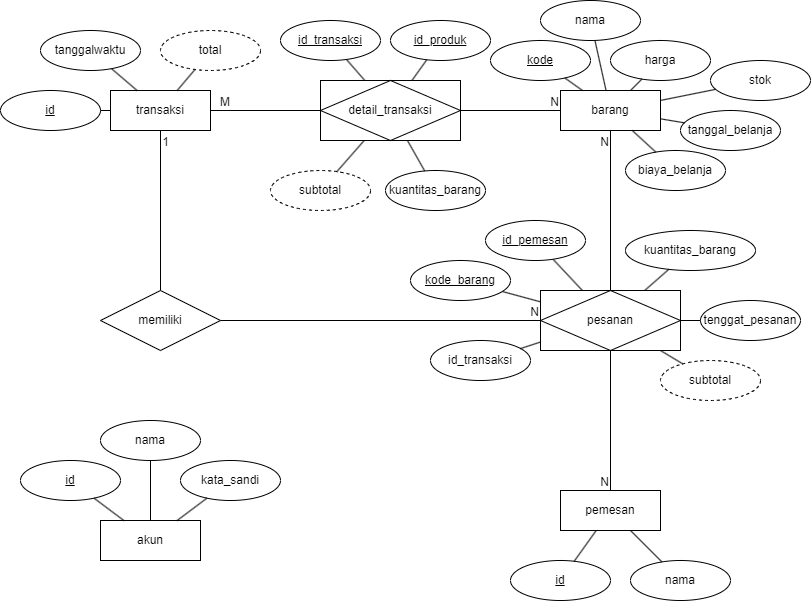
Earlier version of the draw.io export src/main/resources/diagrams/db_warunq.drawio.png (James1Aurora/WarunQ). Source tidied: cells renumbered, new cells last; positions are measured from the earlier drawing's top-left corner, leaving out a move shared by most shapes.
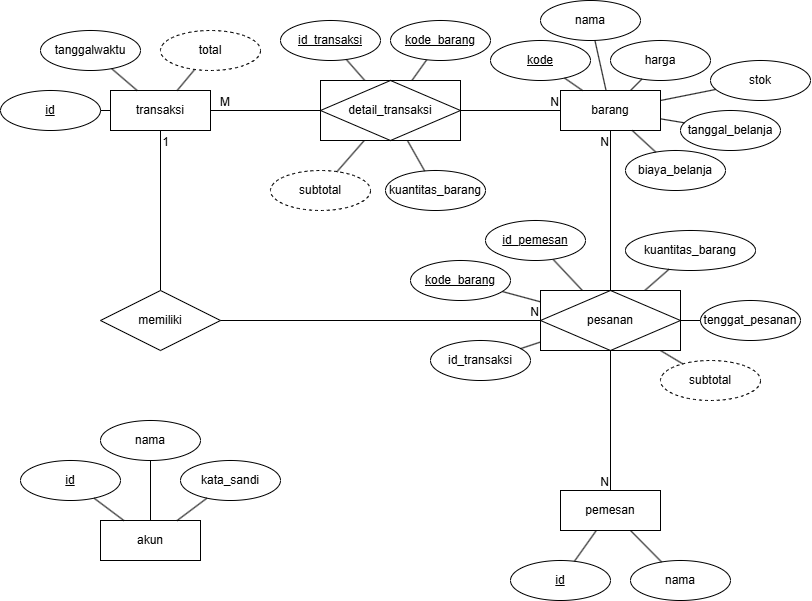
The same diagram one commit later.

What changed in the source:
```diff
@@ -177,7 +177,7 @@
     <mxCell id="58" value="N" style="html=1;whiteSpace=wrap;align=right;verticalAlign=bottom;" parent="57" vertex="1">
       <mxGeometry x="1" relative="1" as="geometry" />
     </mxCell>
-    <mxCell id="59" value="id_produk" style="ellipse;whiteSpace=wrap;html=1;align=center;fontStyle=4;" parent="1" vertex="1">
+    <mxCell id="59" value="kode_barang" style="ellipse;whiteSpace=wrap;html=1;align=center;fontStyle=4;" parent="1" vertex="1">
       <mxGeometry x="390" y="20" width="100" height="40" as="geometry" />
     </mxCell>
     <mxCell id="60" value="kode_barang" style="ellipse;whiteSpace=wrap;html=1;align=center;fontStyle=4;" parent="1" vertex="1">
```
